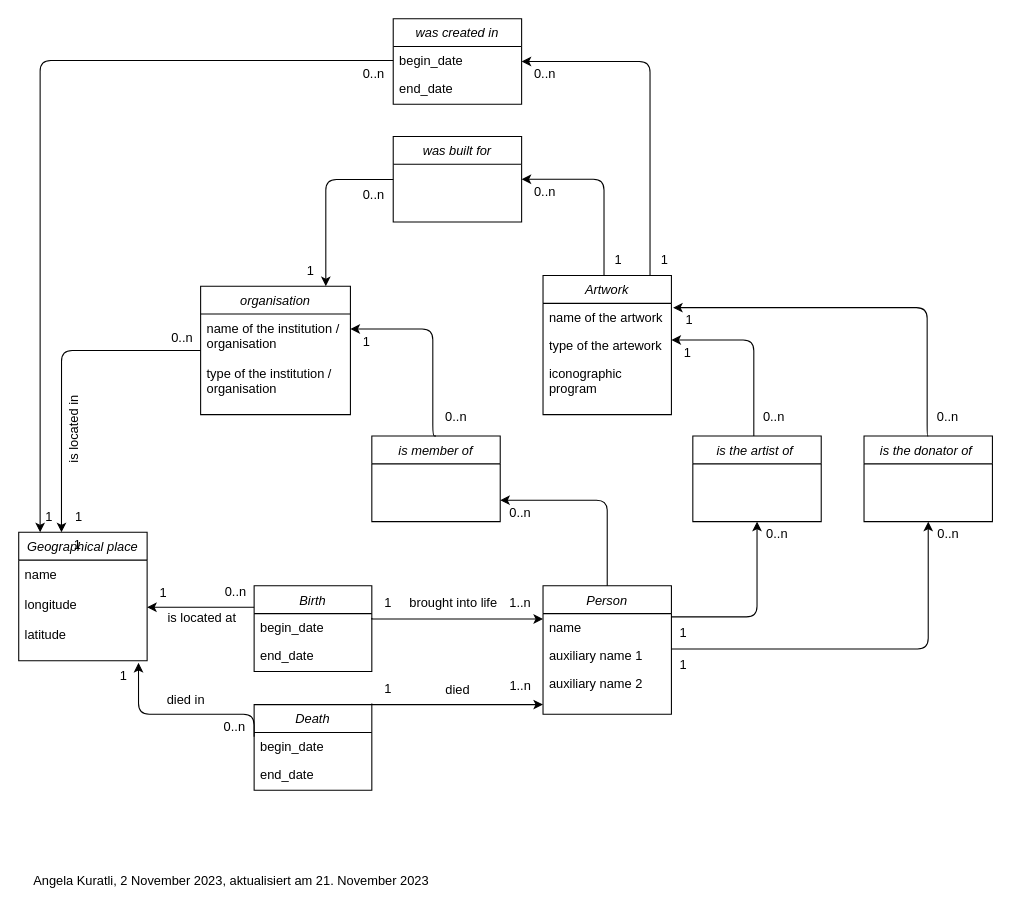
Earlier version of the draw.io diagram MCD_to_database_medieval_sculptors.drawio (dmkmak/Bildhauer_Mittelalter_repository). Source tidied: cells renumbered, new cells numbered last; positions are measured from the earlier drawing's top-left corner, leaving out a move shared by most shapes. Both pictures are drawn from the tidied source at 107%, with x=0, y=0 at pixel (18, 18).
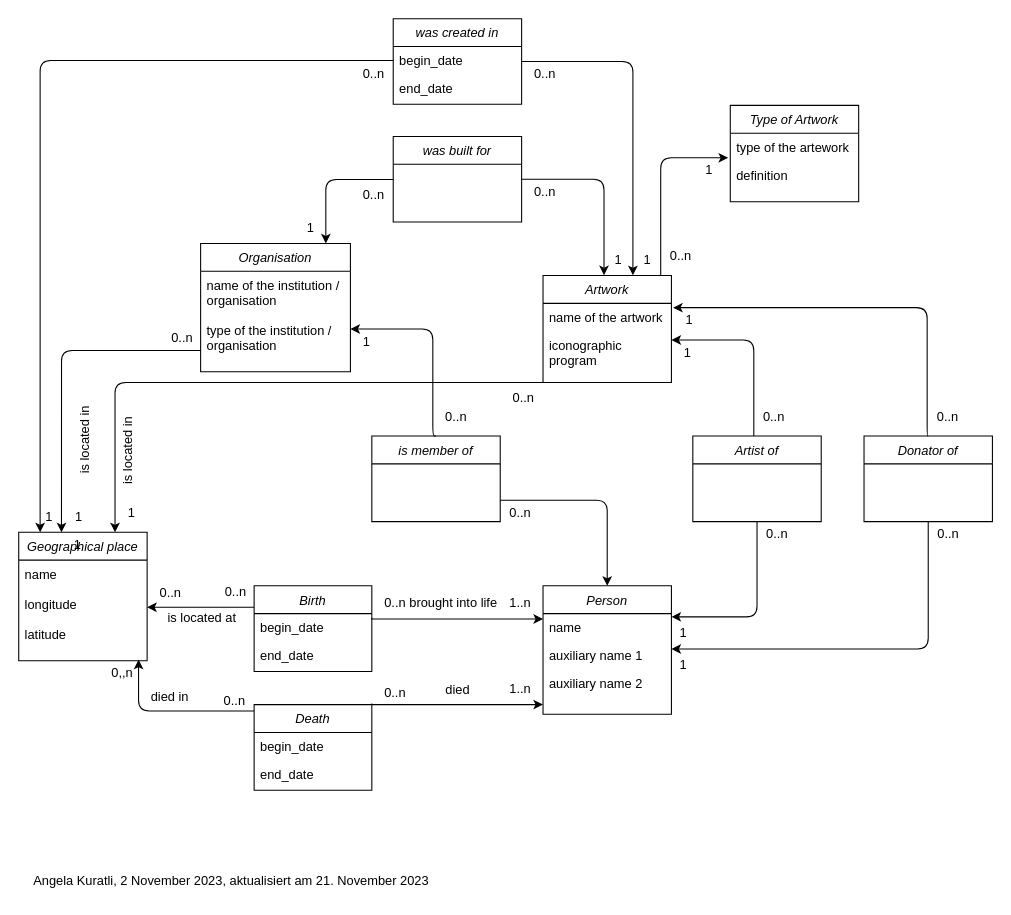
The same page after the edit.

The change refers to these unchanged cells:
```xml
<mxCell id="2" style="endArrow=classic;shadow=0;strokeWidth=1;rounded=0;endFill=1;edgeStyle=elbowEdgeStyle;elbow=vertical;" parent="1" edge="1">
  <mxGeometry x="0.5" y="41" relative="1" as="geometry">
    <mxPoint x="330" y="640" as="sourcePoint" />
    <mxPoint x="490" y="641" as="targetPoint" />
    <Array as="points">
      <mxPoint x="390" y="641" />
    </Array>
    <mxPoint x="-40" y="32" as="offset" />
  </mxGeometry>
</mxCell>
<mxCell id="6" value="Person" style="swimlane;fontStyle=2;align=center;verticalAlign=top;horizontal=1;startSize=26;rounded=0;shadow=0;strokeWidth=1;" parent="1" vertex="1">
  <mxGeometry x="490" y="530" width="120" height="120" as="geometry" />
</mxCell>
<mxCell id="18" value="Geographical place" style="swimlane;fontStyle=2;align=center;verticalAlign=top;horizontal=1;startSize=26;rounded=0;shadow=0;strokeWidth=1;" parent="1" vertex="1">
  <mxGeometry y="480" width="120" height="120" as="geometry" />
</mxCell>
<mxCell id="19" value="name&#10;&#10;longitude&#10;&#10;latitude" style="text;align=left;verticalAlign=top;spacingLeft=4;spacingRight=4;overflow=hidden;points=[[0,0.5],[1,0.5]];portConstraint=eastwest;" parent="18" vertex="1">
  <mxGeometry y="26" width="120" height="94" as="geometry" />
</mxCell>
<mxCell id="21" value="Death" style="swimlane;fontStyle=2;align=center;verticalAlign=top;horizontal=1;startSize=26;rounded=0;shadow=0;strokeWidth=1;" parent="1" vertex="1">
  <mxGeometry x="220" y="641" width="110" height="80" as="geometry" />
</mxCell>
<mxCell id="55" style="endArrow=none;shadow=0;strokeWidth=1;rounded=0;endFill=0;elbow=vertical;startArrow=classic;startFill=1;entryX=0;entryY=0.25;entryDx=0;entryDy=0;" parent="1" edge="1" target="10">
  <mxGeometry x="0.5" y="41" relative="1" as="geometry">
    <mxPoint x="120" y="550" as="sourcePoint" />
    <mxPoint x="-40" y="32" as="offset" />
  </mxGeometry>
</mxCell>
<mxCell id="58" style="endArrow=none;shadow=0;strokeWidth=1;rounded=1;endFill=0;edgeStyle=orthogonalEdgeStyle;startArrow=classic;startFill=1;exitX=0.333;exitY=0;exitDx=0;exitDy=0;exitPerimeter=0;" parent="1" edge="1" source="18">
  <mxGeometry x="0.5" y="41" relative="1" as="geometry">
    <mxPoint x="170" y="310" as="targetPoint" />
    <Array as="points">
      <mxPoint x="40" y="310" />
    </Array>
    <mxPoint x="-40" y="32" as="offset" />
  </mxGeometry>
</mxCell>
<mxCell id="77" style="endArrow=classic;shadow=0;strokeWidth=1;rounded=0;endFill=1;edgeStyle=elbowEdgeStyle;elbow=vertical;" parent="1" edge="1">
  <mxGeometry x="0.5" y="41" relative="1" as="geometry">
    <mxPoint x="330" y="560" as="sourcePoint" />
    <mxPoint x="490" y="561" as="targetPoint" />
    <Array as="points">
      <mxPoint x="390" y="561" />
    </Array>
    <mxPoint x="-40" y="32" as="offset" />
  </mxGeometry>
</mxCell>
```

The edit, as a diff of the source:
```diff
@@
-    <mxCell id="3" value="1" style="align=left;verticalAlign=bottom;labelBackgroundColor=none;fontSize=12;" parent="2" vertex="1">
+    <mxCell id="3" value="0..n" style="align=left;verticalAlign=bottom;labelBackgroundColor=none;fontSize=12;" parent="2" vertex="1">
       <mxGeometry x="-1" relative="1" as="geometry">
-        <mxPoint x="10.1" y="-5.3" as="offset" />
+        <mxPoint x="10" y="-2" as="offset" />
       </mxGeometry>
     </mxCell>
     <mxCell id="4" value="1..n" style="align=right;verticalAlign=bottom;labelBackgroundColor=none;fontSize=12;" parent="2" vertex="1">
       <mxGeometry x="1" relative="1" as="geometry">
-        <mxPoint x="-9.9" y="-8.9" as="offset" />
+        <mxPoint x="-10" y="-6" as="offset" />
       </mxGeometry>
     </mxCell>
@@
     <mxCell id="14" value="Artwork" style="swimlane;fontStyle=2;align=center;verticalAlign=top;horizontal=1;startSize=26;rounded=0;shadow=0;strokeWidth=1;" parent="1" vertex="1">
-      <mxGeometry x="490" y="240" width="120" height="130" as="geometry" />
+      <mxGeometry x="490" y="240" width="120" height="100" as="geometry" />
     </mxCell>
@@
-    <mxCell id="16" value="type of the artework" style="text;align=left;verticalAlign=top;spacingLeft=4;spacingRight=4;overflow=hidden;rounded=0;shadow=0;html=0;" parent="14" vertex="1">
-      <mxGeometry y="52" width="120" height="26" as="geometry" />
+    <mxCell id="16" value="iconographic&#10;program" style="text;align=left;verticalAlign=top;spacingLeft=4;spacingRight=4;overflow=hidden;rounded=0;shadow=0;html=0;" parent="14" vertex="1">
+      <mxGeometry y="52" width="120" height="38" as="geometry" />
     </mxCell>
-    <mxCell id="17" value="iconographic &#10;program" style="text;align=left;verticalAlign=top;spacingLeft=4;spacingRight=4;overflow=hidden;rounded=0;shadow=0;html=0;" parent="14" vertex="1">
-      <mxGeometry y="78" width="120" height="52" as="geometry" />
-    </mxCell>
@@
-    <mxCell id="25" value="organisation" style="swimlane;fontStyle=2;align=center;verticalAlign=top;horizontal=1;startSize=26;rounded=0;shadow=0;strokeWidth=1;" parent="1" vertex="1">
-      <mxGeometry x="170" y="250" width="140" height="120" as="geometry" />
+    <mxCell id="25" value="Organisation" style="swimlane;fontStyle=2;align=center;verticalAlign=top;horizontal=1;startSize=26;rounded=0;shadow=0;strokeWidth=1;" parent="1" vertex="1">
+      <mxGeometry x="170" y="210" width="140" height="120" as="geometry" />
     </mxCell>
@@
-    <mxCell id="27" style="endArrow=none;shadow=0;strokeWidth=1;rounded=1;endFill=0;edgeStyle=elbowEdgeStyle;elbow=vertical;startArrow=classic;startFill=1;exitX=0.933;exitY=1.021;exitDx=0;exitDy=0;exitPerimeter=0;" parent="1" edge="1" source="19">
+    <mxCell id="27" style="endArrow=none;shadow=0;strokeWidth=1;rounded=1;endFill=0;edgeStyle=elbowEdgeStyle;elbow=vertical;startArrow=classic;startFill=1;exitX=0.933;exitY=1.021;exitDx=0;exitDy=0;exitPerimeter=0;" parent="1" edge="1" target="21">
       <mxGeometry x="0.5" y="41" relative="1" as="geometry">
-        <mxPoint x="220" y="671" as="targetPoint" />
+        <mxPoint x="112" y="599" as="sourcePoint" />
         <Array as="points">
-          <mxPoint x="90" y="650" />
-          <mxPoint x="70" y="680" />
+          <mxPoint x="90" y="647" />
+          <mxPoint x="70" y="677" />
         </Array>
         <mxPoint x="-40" y="32" as="offset" />
       </mxGeometry>
     </mxCell>
-    <mxCell id="28" value="1" style="align=left;verticalAlign=bottom;labelBackgroundColor=none;fontSize=12;" parent="27" vertex="1">
+    <mxCell id="28" value="0,,n" style="align=left;verticalAlign=bottom;labelBackgroundColor=none;fontSize=12;" parent="27" vertex="1">
       <mxGeometry x="-1" relative="1" as="geometry">
-        <mxPoint x="-19" y="21" as="offset" />
+        <mxPoint x="-27" y="21" as="offset" />
       </mxGeometry>
     </mxCell>
@@
-    <mxCell id="31" value="is the artist of " style="swimlane;fontStyle=2;align=center;verticalAlign=top;horizontal=1;startSize=26;rounded=0;shadow=0;strokeWidth=1;" parent="1" vertex="1">
+    <mxCell id="31" value="Artist of" style="swimlane;fontStyle=2;align=center;verticalAlign=top;horizontal=1;startSize=26;rounded=0;shadow=0;strokeWidth=1;" parent="1" vertex="1">
       <mxGeometry x="630" y="390" width="120" height="80" as="geometry" />
     </mxCell>
-    <mxCell id="32" value="is the donator of " style="swimlane;fontStyle=2;align=center;verticalAlign=top;horizontal=1;startSize=26;rounded=0;shadow=0;strokeWidth=1;" parent="1" vertex="1">
+    <mxCell id="32" value="Donator of" style="swimlane;fontStyle=2;align=center;verticalAlign=top;horizontal=1;startSize=26;rounded=0;shadow=0;strokeWidth=1;" parent="1" vertex="1">
       <mxGeometry x="790" y="390" width="120" height="80" as="geometry" />
     </mxCell>
@@
-    <mxCell id="36" style="endArrow=classic;shadow=0;strokeWidth=1;rounded=1;endFill=1;edgeStyle=elbowEdgeStyle;elbow=vertical;" parent="1" edge="1">
+    <mxCell id="36" style="endArrow=none;shadow=0;strokeWidth=1;rounded=1;endFill=0;edgeStyle=elbowEdgeStyle;elbow=vertical;startArrow=classic;startFill=1;" parent="1" edge="1">
       <mxGeometry x="0.5" y="41" relative="1" as="geometry">
         <mxPoint x="610" y="589" as="sourcePoint" />
         <mxPoint x="850" y="470" as="targetPoint" />
         <Array as="points">
           <mxPoint x="859" y="589" />
           <mxPoint x="849.2" y="534" />
           <mxPoint x="859.2" y="544" />
           <mxPoint x="924.2" y="544" />
         </Array>
         <mxPoint x="-40" y="32" as="offset" />
       </mxGeometry>
     </mxCell>
@@
-    <mxCell id="42" style="endArrow=classic;shadow=0;strokeWidth=1;rounded=1;endFill=1;edgeStyle=elbowEdgeStyle;elbow=vertical;" parent="1" edge="1">
+    <mxCell id="42" style="endArrow=none;shadow=0;strokeWidth=1;rounded=1;endFill=0;edgeStyle=elbowEdgeStyle;elbow=vertical;startArrow=classic;startFill=1;" parent="1" edge="1">
       <mxGeometry x="0.5" y="41" relative="1" as="geometry">
         <mxPoint x="610" y="559" as="sourcePoint" />
         <mxPoint x="690" y="470" as="targetPoint" />
         <Array as="points">
           <mxPoint x="699" y="559" />
           <mxPoint x="689.2" y="504" />
           <mxPoint x="699.2" y="514" />
           <mxPoint x="764.2" y="514" />
         </Array>
         <mxPoint x="-40" y="32" as="offset" />
       </mxGeometry>
     </mxCell>
@@
-    <mxCell id="50" style="endArrow=classic;shadow=0;strokeWidth=1;rounded=1;endFill=1;edgeStyle=orthogonalEdgeStyle;elbow=vertical;exitX=0.5;exitY=0;exitDx=0;exitDy=0;" parent="1" edge="1" source="6">
+    <mxCell id="50" style="endArrow=none;shadow=0;strokeWidth=1;rounded=1;endFill=0;edgeStyle=orthogonalEdgeStyle;elbow=vertical;exitX=0.5;exitY=0;exitDx=0;exitDy=0;startArrow=classic;startFill=1;" parent="1" edge="1" source="6">
       <mxGeometry x="0.5" y="41" relative="1" as="geometry">
         <mxPoint x="450" y="450" as="targetPoint" />
         <Array as="points">
           <mxPoint x="550" y="450" />
         </Array>
         <mxPoint x="-40" y="32" as="offset" />
       </mxGeometry>
     </mxCell>
@@
-    <mxCell id="56" value="1" style="align=left;verticalAlign=bottom;labelBackgroundColor=none;fontSize=12;" parent="55" vertex="1">
+    <mxCell id="56" value="0..n" style="align=left;verticalAlign=bottom;labelBackgroundColor=none;fontSize=12;" parent="55" vertex="1">
       <mxGeometry x="-1" relative="1" as="geometry">
         <mxPoint x="10.1" y="-5.3" as="offset" />
       </mxGeometry>
     </mxCell>
@@
     <mxCell id="60" value="is located in" style="align=right;verticalAlign=bottom;labelBackgroundColor=none;fontSize=12;rotation=-90;" parent="58" vertex="1">
       <mxGeometry x="1" relative="1" as="geometry">
-        <mxPoint x="-110" y="40" as="offset" />
+        <mxPoint x="-60" y="60" as="offset" />
       </mxGeometry>
     </mxCell>
@@
-    <mxCell id="65" style="endArrow=none;shadow=0;strokeWidth=1;rounded=1;endFill=0;edgeStyle=elbowEdgeStyle;entryX=0.5;entryY=0;entryDx=0;entryDy=0;exitX=1.025;exitY=0.165;exitDx=0;exitDy=0;exitPerimeter=0;startArrow=classic;startFill=1;" parent="1" edge="1">
+    <mxCell id="65" style="endArrow=classic;shadow=0;strokeWidth=1;rounded=1;endFill=1;edgeStyle=elbowEdgeStyle;entryX=0.5;entryY=0;entryDx=0;entryDy=0;exitX=1.025;exitY=0.165;exitDx=0;exitDy=0;exitPerimeter=0;startArrow=none;startFill=0;" parent="1" edge="1">
       <mxGeometry x="0.5" y="41" relative="1" as="geometry">
         <mxPoint x="470" y="150" as="sourcePoint" />
         <mxPoint x="547" y="239.7" as="targetPoint" />
         <Array as="points">
           <mxPoint x="547" y="199.7" />
           <mxPoint x="497" y="169.7" />
           <mxPoint x="547" y="179.7" />
         </Array>
         <mxPoint x="-40" y="32" as="offset" />
       </mxGeometry>
     </mxCell>
@@
-    <mxCell id="71" style="endArrow=none;shadow=0;strokeWidth=1;rounded=1;endFill=0;edgeStyle=elbowEdgeStyle;exitX=1.025;exitY=0.165;exitDx=0;exitDy=0;exitPerimeter=0;startArrow=classic;startFill=1;entryX=0.836;entryY=-0.002;entryDx=0;entryDy=0;entryPerimeter=0;" parent="1" edge="1" target="14">
+    <mxCell id="71" style="endArrow=classic;shadow=0;strokeWidth=1;rounded=1;endFill=1;edgeStyle=elbowEdgeStyle;startArrow=none;startFill=0;entryX=0.836;entryY=-0.002;entryDx=0;entryDy=0;entryPerimeter=0;" parent="1" edge="1">
       <mxGeometry x="0.5" y="41" relative="1" as="geometry">
         <mxPoint x="470" y="40" as="sourcePoint" />
+        <mxPoint x="574.3" y="239.8" as="targetPoint" />
         <Array as="points">
-          <mxPoint x="590" y="40" />
-          <mxPoint x="497" y="59.7" />
-          <mxPoint x="547" y="69.7" />
+          <mxPoint x="574" y="40" />
+          <mxPoint x="481" y="59.7" />
+          <mxPoint x="531" y="69.7" />
         </Array>
         <mxPoint x="-40" y="32" as="offset" />
       </mxGeometry>
     </mxCell>
@@
-    <mxCell id="78" value="1" style="align=left;verticalAlign=bottom;labelBackgroundColor=none;fontSize=12;" parent="77" vertex="1">
+    <mxCell id="78" value="0..n" style="align=left;verticalAlign=bottom;labelBackgroundColor=none;fontSize=12;" parent="77" vertex="1">
       <mxGeometry x="-1" relative="1" as="geometry">
         <mxPoint x="10.1" y="-5.3" as="offset" />
       </mxGeometry>
     </mxCell>
@@
+    <mxCell id="80" value="Type of Artwork" style="swimlane;fontStyle=2;align=center;verticalAlign=top;horizontal=1;startSize=26;rounded=0;shadow=0;strokeWidth=1;" parent="1" vertex="1">
+      <mxGeometry x="665" y="81" width="120" height="90" as="geometry" />
+    </mxCell>
+    <mxCell id="81" value="type of the artework" style="text;align=left;verticalAlign=top;spacingLeft=4;spacingRight=4;overflow=hidden;" parent="80" vertex="1">
+      <mxGeometry y="26" width="120" height="26" as="geometry" />
+    </mxCell>
+    <mxCell id="82" value="definition" style="text;align=left;verticalAlign=top;spacingLeft=4;spacingRight=4;overflow=hidden;rounded=0;shadow=0;html=0;" parent="80" vertex="1">
+      <mxGeometry y="52" width="120" height="26" as="geometry" />
+    </mxCell>
+    <mxCell id="83" style="endArrow=classic;shadow=0;strokeWidth=1;rounded=1;endFill=1;edgeStyle=elbowEdgeStyle;startArrow=none;startFill=0;entryX=0.75;entryY=0;entryDx=0;entryDy=0;" parent="1" edge="1" target="18">
+      <mxGeometry x="0.5" y="41" relative="1" as="geometry">
+        <mxPoint x="490" y="340" as="sourcePoint" />
+        <Array as="points">
+          <mxPoint x="90" y="399.9" />
+          <mxPoint x="40" y="369.9" />
+          <mxPoint x="90" y="379.9" />
+        </Array>
+        <mxPoint x="-40" y="32" as="offset" />
+      </mxGeometry>
+    </mxCell>
+    <mxCell id="84" value="0..n" style="align=left;verticalAlign=bottom;labelBackgroundColor=none;fontSize=12;rotation=0;" parent="83" vertex="1">
+      <mxGeometry x="-1" relative="1" as="geometry">
+        <mxPoint x="-30" y="23" as="offset" />
+      </mxGeometry>
+    </mxCell>
+    <mxCell id="85" value="1" style="align=right;verticalAlign=bottom;labelBackgroundColor=none;fontSize=12;rotation=0;" parent="83" vertex="1">
+      <mxGeometry x="1" relative="1" as="geometry">
+        <mxPoint x="20" y="-10" as="offset" />
+      </mxGeometry>
+    </mxCell>
+    <mxCell id="86" value="is located in" style="align=right;verticalAlign=bottom;labelBackgroundColor=none;fontSize=12;rotation=-90;" parent="1" vertex="1">
+      <mxGeometry x="70" y="360" as="geometry" />
+    </mxCell>
+    <mxCell id="87" style="endArrow=none;shadow=0;strokeWidth=1;rounded=1;endFill=0;edgeStyle=elbowEdgeStyle;startArrow=classic;startFill=1;" parent="1" edge="1">
+      <mxGeometry x="0.5" y="41" relative="1" as="geometry">
+        <mxPoint x="663" y="130" as="sourcePoint" />
+        <mxPoint x="600" y="240" as="targetPoint" />
+        <Array as="points">
+          <mxPoint x="600" y="189.7" />
+          <mxPoint x="550" y="159.7" />
+          <mxPoint x="600" y="169.7" />
+        </Array>
+        <mxPoint x="-40" y="32" as="offset" />
+      </mxGeometry>
+    </mxCell>
+    <mxCell id="88" value="1" style="align=left;verticalAlign=bottom;labelBackgroundColor=none;fontSize=12;rotation=0;" parent="87" vertex="1">
+      <mxGeometry x="-1" relative="1" as="geometry">
+        <mxPoint x="-23" y="20" as="offset" />
+      </mxGeometry>
+    </mxCell>
+    <mxCell id="89" value="0..n" style="align=right;verticalAlign=bottom;labelBackgroundColor=none;fontSize=12;rotation=0;" parent="87" vertex="1">
+      <mxGeometry x="1" relative="1" as="geometry">
+        <mxPoint x="30" y="-10" as="offset" />
+      </mxGeometry>
+    </mxCell>
```
